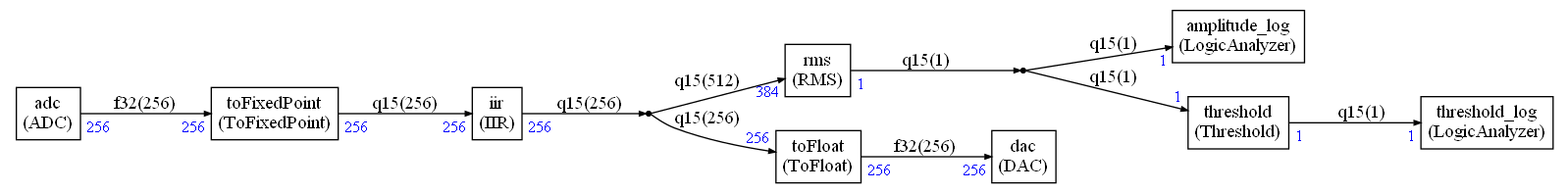
Before: ComputeGraph/Pictures/graph.png, a diagram exported from Graphviz (Arm-Examples/CMSIS-Stream-PoC). Its source is kept beside it as ComputeGraph/Pictures/graph.dot.
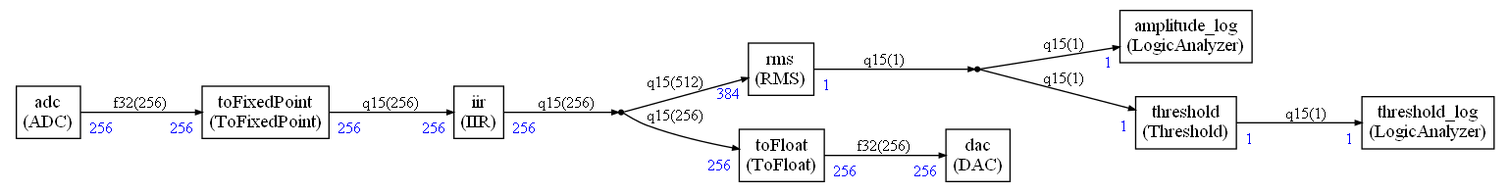
The same diagram one commit later.

What changed in the source:
```diff
@@ -1,136 +1,136 @@
 digraph structs {
-    node [shape=plaintext]
+    bgcolor = "white"
+    node [shape=plaintext,color="black",fontcolor="black",fontname="Times-Roman"]
     rankdir=LR
-    edge [arrowsize=0.5]
-    fontname="times"
+    edge [arrowsize="0.5",color="black",fontcolor="black",fontname="Times-Roman"]
 
 
 adc [label=<
-<TABLE BORDER="0" CELLBORDER="1" CELLSPACING="0" CELLPADDING="4">
+<TABLE color="black" bgcolor="none" BORDER="0" CELLBORDER="1" CELLSPACING="0" CELLPADDING="4">
   <TR>
-    <TD ALIGN="CENTER" PORT="i">adc<BR/>(ADC)</TD>
+    <TD ALIGN="CENTER" PORT="i"><FONT COLOR="black" POINT-SIZE="14.0">adc<BR/>(ADC)</FONT></TD>
   </TR>
 </TABLE>>];
 
 amplitude_log [label=<
-<TABLE BORDER="0" CELLBORDER="1" CELLSPACING="0" CELLPADDING="4">
+<TABLE color="black" bgcolor="none" BORDER="0" CELLBORDER="1" CELLSPACING="0" CELLPADDING="4">
   <TR>
-    <TD ALIGN="CENTER" PORT="i">amplitude_log<BR/>(LogicAnalyzer)</TD>
+    <TD ALIGN="CENTER" PORT="i"><FONT COLOR="black" POINT-SIZE="14.0">amplitude_log<BR/>(LogicAnalyzer)</FONT></TD>
   </TR>
 </TABLE>>];
 
 dac [label=<
-<TABLE BORDER="0" CELLBORDER="1" CELLSPACING="0" CELLPADDING="4">
+<TABLE color="black" bgcolor="none" BORDER="0" CELLBORDER="1" CELLSPACING="0" CELLPADDING="4">
   <TR>
-    <TD ALIGN="CENTER" PORT="i">dac<BR/>(DAC)</TD>
+    <TD ALIGN="CENTER" PORT="i"><FONT COLOR="black" POINT-SIZE="14.0">dac<BR/>(DAC)</FONT></TD>
   </TR>
 </TABLE>>];
 
-dup0 [shape=point,label=dup0]
+dup0 [shape=point,label="dup0"]
 
-dup1 [shape=point,label=dup1]
+dup1 [shape=point,label="dup1"]
 
 iir [label=<
-<TABLE BORDER="0" CELLBORDER="1" CELLSPACING="0" CELLPADDING="4">
+<TABLE color="black" bgcolor="none" BORDER="0" CELLBORDER="1" CELLSPACING="0" CELLPADDING="4">
   <TR>
-    <TD ALIGN="CENTER" PORT="i">iir<BR/>(IIR)</TD>
+    <TD ALIGN="CENTER" PORT="i"><FONT COLOR="black" POINT-SIZE="14.0">iir<BR/>(IIR)</FONT></TD>
   </TR>
 </TABLE>>];
 
 rms [label=<
-<TABLE BORDER="0" CELLBORDER="1" CELLSPACING="0" CELLPADDING="4">
+<TABLE color="black" bgcolor="none" BORDER="0" CELLBORDER="1" CELLSPACING="0" CELLPADDING="4">
   <TR>
-    <TD ALIGN="CENTER" PORT="i">rms<BR/>(RMS)</TD>
+    <TD ALIGN="CENTER" PORT="i"><FONT COLOR="black" POINT-SIZE="14.0">rms<BR/>(RMS)</FONT></TD>
   </TR>
 </TABLE>>];
 
 threshold [label=<
-<TABLE BORDER="0" CELLBORDER="1" CELLSPACING="0" CELLPADDING="4">
+<TABLE color="black" bgcolor="none" BORDER="0" CELLBORDER="1" CELLSPACING="0" CELLPADDING="4">
   <TR>
-    <TD ALIGN="CENTER" PORT="i">threshold<BR/>(Threshold)</TD>
+    <TD ALIGN="CENTER" PORT="i"><FONT COLOR="black" POINT-SIZE="14.0">threshold<BR/>(Threshold)</FONT></TD>
   </TR>
 </TABLE>>];
 
 threshold_log [label=<
-<TABLE BORDER="0" CELLBORDER="1" CELLSPACING="0" CELLPADDING="4">
+<TABLE color="black" bgcolor="none" BORDER="0" CELLBORDER="1" CELLSPACING="0" CELLPADDING="4">
   <TR>
-    <TD ALIGN="CENTER" PORT="i">threshold_log<BR/>(LogicAnalyzer)</TD>
+    <TD ALIGN="CENTER" PORT="i"><FONT COLOR="black" POINT-SIZE="14.0">threshold_log<BR/>(LogicAnalyzer)</FONT></TD>
   </TR>
 </TABLE>>];
 
 toFixedPoint [label=<
-<TABLE BORDER="0" CELLBORDER="1" CELLSPACING="0" CELLPADDING="4">
+<TABLE color="black" bgcolor="none" BORDER="0" CELLBORDER="1" CELLSPACING="0" CELLPADDING="4">
   <TR>
-    <TD ALIGN="CENTER" PORT="i">toFixedPoint<BR/>(ToFixedPoint)</TD>
+    <TD ALIGN="CENTER" PORT="i"><FONT COLOR="black" POINT-SIZE="14.0">toFixedPoint<BR/>(ToFixedPoint)</FONT></TD>
   </TR>
 </TABLE>>];
 
 toFloat [label=<
-<TABLE BORDER="0" CELLBORDER="1" CELLSPACING="0" CELLPADDING="4">
+<TABLE color="black" bgcolor="none" BORDER="0" CELLBORDER="1" CELLSPACING="0" CELLPADDING="4">
   <TR>
-    <TD ALIGN="CENTER" PORT="i">toFloat<BR/>(ToFloat)</TD>
+    <TD ALIGN="CENTER" PORT="i"><FONT COLOR="black" POINT-SIZE="14.0">toFloat<BR/>(ToFloat)</FONT></TD>
   </TR>
 </TABLE>>];
 
 
 
-adc:i -> toFixedPoint:i [label="f32(256)"
-,headlabel=<<TABLE BORDER="0" CELLPADDING="2"><TR><TD><FONT COLOR="blue" POINT-SIZE="12.0" >256</FONT>
+adc:i -> toFixedPoint:i [style="solid",color="black",fontsize="12.0",fontcolor="black",label=<f32(256)>
+,headlabel=<<TABLE BORDER="0" CELLPADDING="4"><TR><TD><FONT COLOR="blue" POINT-SIZE="12.0" >256</FONT>
 </TD></TR></TABLE>>
-,taillabel=<<TABLE BORDER="0" CELLPADDING="2"><TR><TD><FONT COLOR="blue" POINT-SIZE="12.0" >256</FONT>
+,taillabel=<<TABLE BORDER="0" CELLPADDING="4"><TR><TD><FONT COLOR="blue" POINT-SIZE="12.0" >256</FONT>
 </TD></TR></TABLE>>]
 
-toFixedPoint:i -> iir:i [label="q15(256)"
-,headlabel=<<TABLE BORDER="0" CELLPADDING="2"><TR><TD><FONT COLOR="blue" POINT-SIZE="12.0" >256</FONT>
+toFixedPoint:i -> iir:i [style="solid",color="black",fontsize="12.0",fontcolor="black",label=<q15(256)>
+,headlabel=<<TABLE BORDER="0" CELLPADDING="4"><TR><TD><FONT COLOR="blue" POINT-SIZE="12.0" >256</FONT>
 </TD></TR></TABLE>>
-,taillabel=<<TABLE BORDER="0" CELLPADDING="2"><TR><TD><FONT COLOR="blue" POINT-SIZE="12.0" >256</FONT>
+,taillabel=<<TABLE BORDER="0" CELLPADDING="4"><TR><TD><FONT COLOR="blue" POINT-SIZE="12.0" >256</FONT>
 </TD></TR></TABLE>>]
 
-toFloat:i -> dac:i [label="f32(256)"
-,headlabel=<<TABLE BORDER="0" CELLPADDING="2"><TR><TD><FONT COLOR="blue" POINT-SIZE="12.0" >256</FONT>
+toFloat:i -> dac:i [style="solid",color="black",fontsize="12.0",fontcolor="black",label=<f32(256)>
+,headlabel=<<TABLE BORDER="0" CELLPADDING="4"><TR><TD><FONT COLOR="blue" POINT-SIZE="12.0" >256</FONT>
 </TD></TR></TABLE>>
-,taillabel=<<TABLE BORDER="0" CELLPADDING="2"><TR><TD><FONT COLOR="blue" POINT-SIZE="12.0" >256</FONT>
+,taillabel=<<TABLE BORDER="0" CELLPADDING="4"><TR><TD><FONT COLOR="blue" POINT-SIZE="12.0" >256</FONT>
 </TD></TR></TABLE>>]
 
-threshold:i -> threshold_log:i [label="q15(1)"
-,headlabel=<<TABLE BORDER="0" CELLPADDING="2"><TR><TD><FONT COLOR="blue" POINT-SIZE="12.0" >1</FONT>
+threshold:i -> threshold_log:i [style="solid",color="black",fontsize="12.0",fontcolor="black",label=<q15(1)>
+,headlabel=<<TABLE BORDER="0" CELLPADDING="4"><TR><TD><FONT COLOR="blue" POINT-SIZE="12.0" >1</FONT>
 </TD></TR></TABLE>>
-,taillabel=<<TABLE BORDER="0" CELLPADDING="2"><TR><TD><FONT COLOR="blue" POINT-SIZE="12.0" >1</FONT>
+,taillabel=<<TABLE BORDER="0" CELLPADDING="4"><TR><TD><FONT COLOR="blue" POINT-SIZE="12.0" >1</FONT>
 </TD></TR></TABLE>>]
 
 iir:i ->
-dup0 [label="q15(256)"
+dup0 [style="solid",color="black",fontsize="12.0",fontcolor="black",label=<q15(256)>
 
-,taillabel=<<TABLE BORDER="0" CELLPADDING="2"><TR><TD><FONT COLOR="blue" POINT-SIZE="12.0" >256</FONT>
+,taillabel=<<TABLE BORDER="0" CELLPADDING="4"><TR><TD><FONT COLOR="blue" POINT-SIZE="12.0" >256</FONT>
 </TD></TR></TABLE>>]
 
 
-dup0 -> toFloat:i [label="q15(256)"
-,headlabel=<<TABLE BORDER="0" CELLPADDING="2"><TR><TD><FONT COLOR="blue" POINT-SIZE="12.0" >256</FONT>
+dup0 -> toFloat:i [style="solid",color="black",fontsize="12.0",fontcolor="black",label=<q15(256)>
+,headlabel=<<TABLE BORDER="0" CELLPADDING="4"><TR><TD><FONT COLOR="blue" POINT-SIZE="12.0" >256</FONT>
 </TD></TR></TABLE>>
 ]
 
 
-dup0 -> rms:i [label="q15(512)"
-,headlabel=<<TABLE BORDER="0" CELLPADDING="2"><TR><TD><FONT COLOR="blue" POINT-SIZE="12.0" >384</FONT>
+dup0 -> rms:i [style="solid",color="black",fontsize="12.0",fontcolor="black",label=<q15(512)>
+,headlabel=<<TABLE BORDER="0" CELLPADDING="4"><TR><TD><FONT COLOR="blue" POINT-SIZE="12.0" >384</FONT>
 </TD></TR></TABLE>>
 ]
 
 rms:i ->
-dup1 [label="q15(1)"
+dup1 [style="solid",color="black",fontsize="12.0",fontcolor="black",label=<q15(1)>
 
-,taillabel=<<TABLE BORDER="0" CELLPADDING="2"><TR><TD><FONT COLOR="blue" POINT-SIZE="12.0" >1</FONT>
+,taillabel=<<TABLE BORDER="0" CELLPADDING="4"><TR><TD><FONT COLOR="blue" POINT-SIZE="12.0" >1</FONT>
 </TD></TR></TABLE>>]
 
 
-dup1 -> threshold:i [label="q15(1)"
-,headlabel=<<TABLE BORDER="0" CELLPADDING="2"><TR><TD><FONT COLOR="blue" POINT-SIZE="12.0" >1</FONT>
+dup1 -> threshold:i [style="solid",color="black",fontsize="12.0",fontcolor="black",label=<q15(1)>
+,headlabel=<<TABLE BORDER="0" CELLPADDING="4"><TR><TD><FONT COLOR="blue" POINT-SIZE="12.0" >1</FONT>
 </TD></TR></TABLE>>
 ]
 
 
-dup1 -> amplitude_log:i [label="q15(1)"
-,headlabel=<<TABLE BORDER="0" CELLPADDING="2"><TR><TD><FONT COLOR="blue" POINT-SIZE="12.0" >1</FONT>
+dup1 -> amplitude_log:i [style="solid",color="black",fontsize="12.0",fontcolor="black",label=<q15(1)>
+,headlabel=<<TABLE BORDER="0" CELLPADDING="4"><TR><TD><FONT COLOR="blue" POINT-SIZE="12.0" >1</FONT>
 </TD></TR></TABLE>>
 ]
 
```
